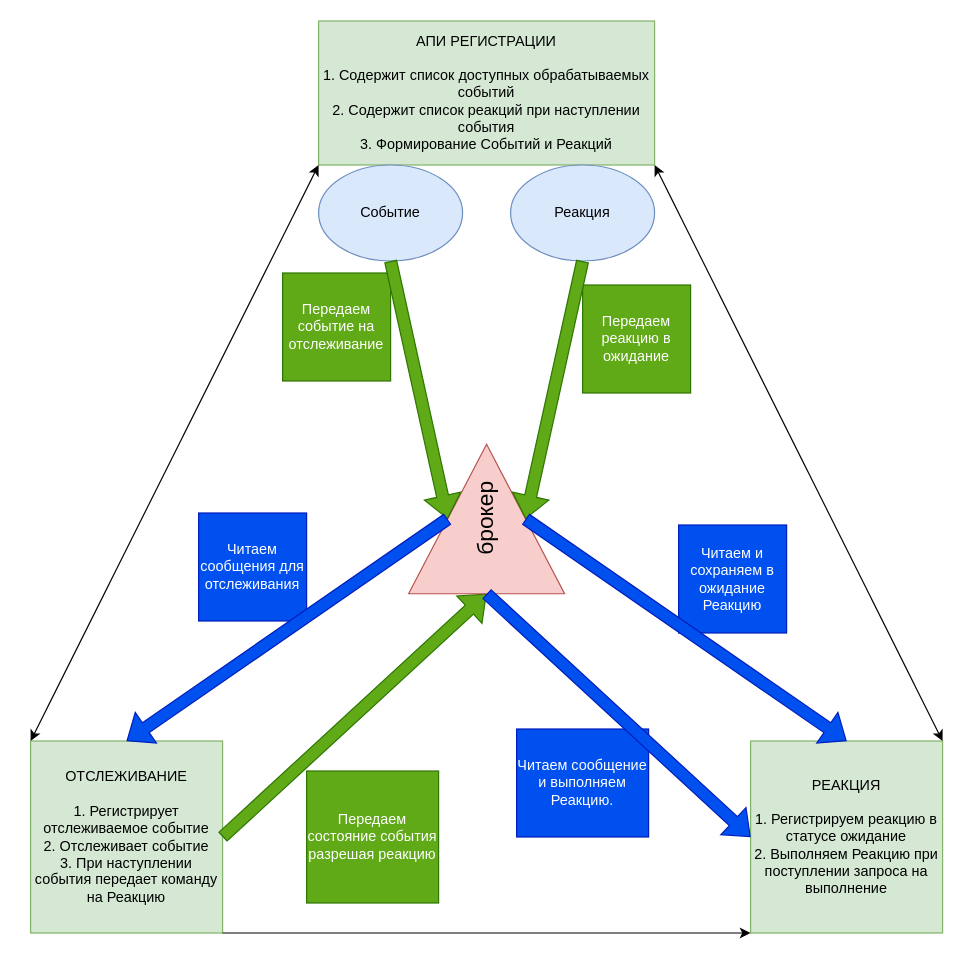
This is page "GeneralScheme" (1 of 2) of Other/scheme.drawio from StasPI/Trigger, a draw.io file, before an edit. Source tidied: cells renumbered, new cells numbered last; positions are measured from the earlier drawing's top-left corner, leaving out a move shared by most shapes. Both pictures are drawn from the tidied source at 120%, with x=0, y=0 at pixel (30, 20).
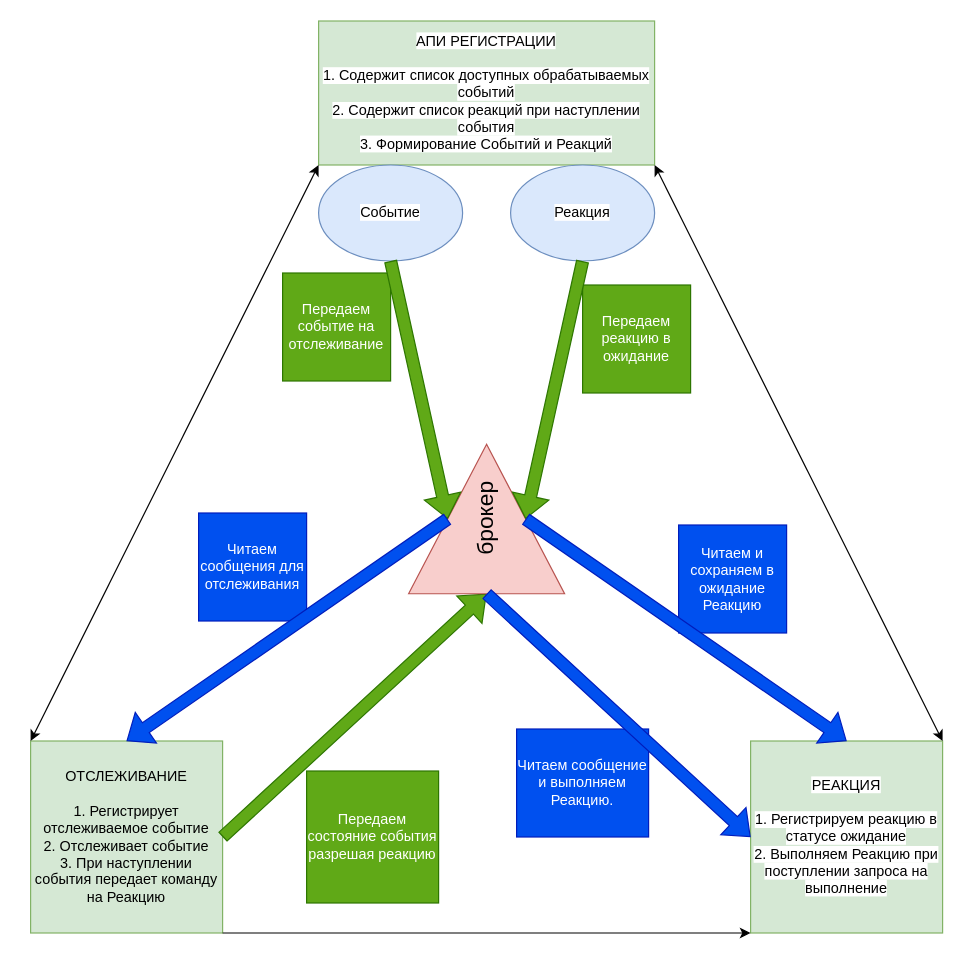
Above is the later version.

Change to the diagram source:
```diff
@@
-    <mxCell id="2" value="АПИ РЕГИСТРАЦИИ&lt;br&gt;&lt;br&gt;1. Содержит список доступных обрабатываемых событий&lt;br&gt;2. Содержит список реакций при наступлении события&lt;br&gt;3. Формирование Событий и Реакций" style="rounded=0;whiteSpace=wrap;html=1;fillColor=#d5e8d4;strokeColor=#82b366;" parent="1" vertex="1">
+    <mxCell id="2" value="&lt;font color=&quot;#000000&quot; style=&quot;background-color: rgb(255 , 255 , 255)&quot;&gt;АПИ РЕГИСТРАЦИИ&lt;br&gt;&lt;br&gt;1. Содержит список доступных обрабатываемых событий&lt;br&gt;2. Содержит список реакций при наступлении события&lt;br&gt;3. Формирование Событий и Реакций&lt;/font&gt;" style="rounded=0;whiteSpace=wrap;html=1;fillColor=#d5e8d4;strokeColor=#82b366;" parent="1" vertex="1">
       <mxGeometry x="240" width="280" height="120" as="geometry" />
     </mxCell>
-    <mxCell id="3" value="ОТСЛЕЖИВАНИЕ&lt;br&gt;&lt;br&gt;1. Регистрирует отслеживаемое событие&lt;br&gt;2. Отслеживает событие&lt;br&gt;3. При наступлении события передает команду на Реакцию" style="rounded=0;whiteSpace=wrap;html=1;fillColor=#d5e8d4;strokeColor=#82b366;" parent="1" vertex="1">
+    <mxCell id="3" value="&lt;font color=&quot;#000000&quot;&gt;ОТСЛЕЖИВАНИЕ&lt;br&gt;&lt;br&gt;1. Регистрирует отслеживаемое событие&lt;br&gt;2. Отслеживает событие&lt;br&gt;3. При наступлении события передает команду на Реакцию&lt;/font&gt;" style="rounded=0;whiteSpace=wrap;html=1;fillColor=#d5e8d4;strokeColor=#82b366;" parent="1" vertex="1">
       <mxGeometry y="600" width="160" height="160" as="geometry" />
     </mxCell>
-    <mxCell id="4" value="Событие" style="ellipse;whiteSpace=wrap;html=1;fillColor=#dae8fc;strokeColor=#6c8ebf;" parent="1" vertex="1">
+    <mxCell id="4" value="&lt;font color=&quot;#000000&quot; style=&quot;background-color: rgb(255 , 255 , 255)&quot;&gt;Событие&lt;/font&gt;" style="ellipse;whiteSpace=wrap;html=1;fillColor=#dae8fc;strokeColor=#6c8ebf;" parent="1" vertex="1">
       <mxGeometry x="240" y="120" width="120" height="80" as="geometry" />
     </mxCell>
-    <mxCell id="5" value="Реакция" style="ellipse;whiteSpace=wrap;html=1;fillColor=#dae8fc;strokeColor=#6c8ebf;" parent="1" vertex="1">
+    <mxCell id="5" value="&lt;font color=&quot;#000000&quot; style=&quot;background-color: rgb(255 , 255 , 255)&quot;&gt;Реакция&lt;/font&gt;" style="ellipse;whiteSpace=wrap;html=1;fillColor=#dae8fc;strokeColor=#6c8ebf;" parent="1" vertex="1">
       <mxGeometry x="400" y="120" width="120" height="80" as="geometry" />
     </mxCell>
-    <mxCell id="6" value="РЕАКЦИЯ&lt;br&gt;&lt;br&gt;1. Регистрируем реакцию в статусе ожидание&lt;br&gt;2. Выполняем Реакцию при поступлении запроса на выполнение" style="whiteSpace=wrap;html=1;fillColor=#d5e8d4;strokeColor=#82b366;" parent="1" vertex="1">
+    <mxCell id="6" value="&lt;font color=&quot;#000000&quot; style=&quot;background-color: rgb(255 , 255 , 255)&quot;&gt;РЕАКЦИЯ&lt;br&gt;&lt;br&gt;1. Регистрируем реакцию в статусе ожидание&lt;br&gt;2. Выполняем Реакцию при поступлении запроса на выполнение&lt;/font&gt;" style="whiteSpace=wrap;html=1;fillColor=#d5e8d4;strokeColor=#82b366;" parent="1" vertex="1">
       <mxGeometry x="600" y="600" width="160" height="160" as="geometry" />
     </mxCell>
```
